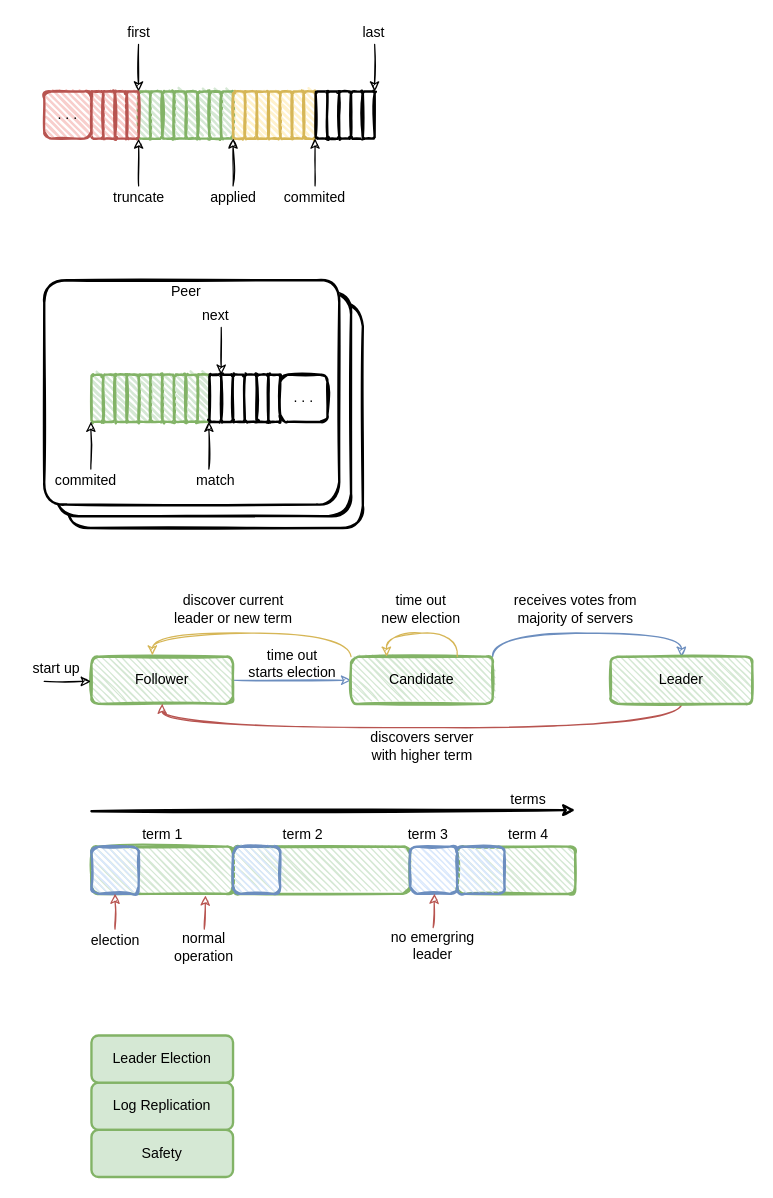
Before: consensus/raft.drawio in EarthWind/deeparch, a draw.io diagram. Source tidied: cells renumbered, new cells numbered last; positions are measured from the earlier drawing's top-left corner, leaving out a move shared by most shapes. Both pictures are drawn from the tidied source at 118%, with x=0, y=0 at pixel (20, 20).
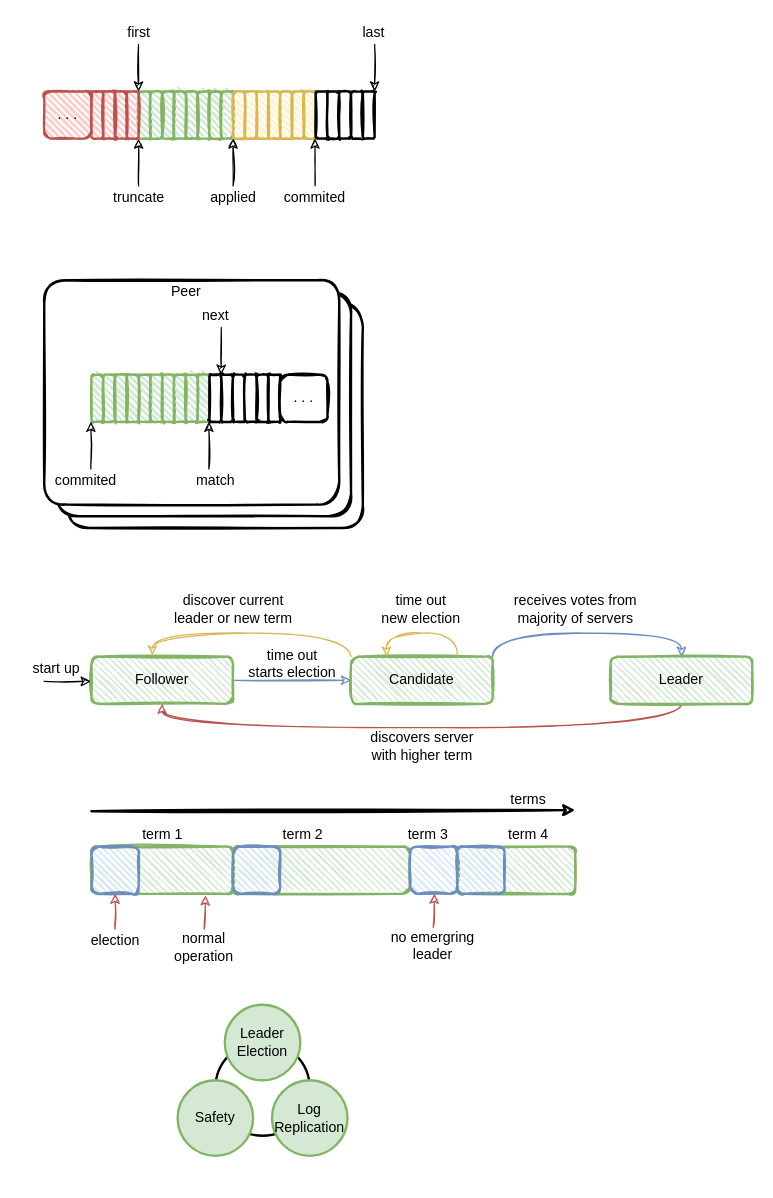
The same diagram, later.

What changed in the source:
```diff
@@
+    <mxCell id="101" style="ellipse;whiteSpace=wrap;html=1;sketch=0;strokeWidth=2;" parent="1" vertex="1">
+      <mxGeometry x="165" y="865" width="80" height="80" as="geometry" />
+    </mxCell>
@@
+    <mxCell id="99" value="Leader&lt;br&gt;Election" style="ellipse;whiteSpace=wrap;html=1;sketch=0;fillColor=#d5e8d4;strokeColor=#82b366;strokeWidth=2;" parent="1" vertex="1">
+      <mxGeometry x="173" y="834" width="64" height="64" as="geometry" />
+    </mxCell>
-    <mxCell id="98" value="Log Replication" style="rounded=1;whiteSpace=wrap;html=1;strokeWidth=2;fillWeight=1;hachureGap=4;hachureAngle=45;sketch=0;fontSize=12;fillColor=#d5e8d4;strokeColor=#82b366;" parent="1" vertex="1">
-      <mxGeometry x="60" y="900" width="120" height="40" as="geometry" />
+    <mxCell id="98" value="Log&lt;br&gt;Replication" style="ellipse;whiteSpace=wrap;html=1;sketch=0;fillColor=#d5e8d4;strokeColor=#82b366;strokeWidth=2;" parent="1" vertex="1">
+      <mxGeometry x="213" y="898" width="64" height="64" as="geometry" />
     </mxCell>
-    <mxCell id="99" value="Leader Election" style="rounded=1;whiteSpace=wrap;html=1;strokeWidth=2;fillWeight=1;hachureGap=4;hachureAngle=45;sketch=0;fontSize=12;fillColor=#d5e8d4;strokeColor=#82b366;" parent="1" vertex="1">
-      <mxGeometry x="60" y="860" width="120" height="40" as="geometry" />
-    </mxCell>
-    <mxCell id="100" value="Safety" style="rounded=1;whiteSpace=wrap;html=1;strokeWidth=2;fillWeight=1;hachureGap=4;hachureAngle=45;sketch=0;fontSize=12;fillColor=#d5e8d4;strokeColor=#82b366;" parent="1" vertex="1">
-      <mxGeometry x="60" y="940" width="120" height="40" as="geometry" />
+    <mxCell id="100" value="Safety" style="ellipse;whiteSpace=wrap;html=1;sketch=0;fillColor=#d5e8d4;strokeColor=#82b366;strokeWidth=2;" parent="1" vertex="1">
+      <mxGeometry x="133" y="898" width="64" height="64" as="geometry" />
     </mxCell>
```
